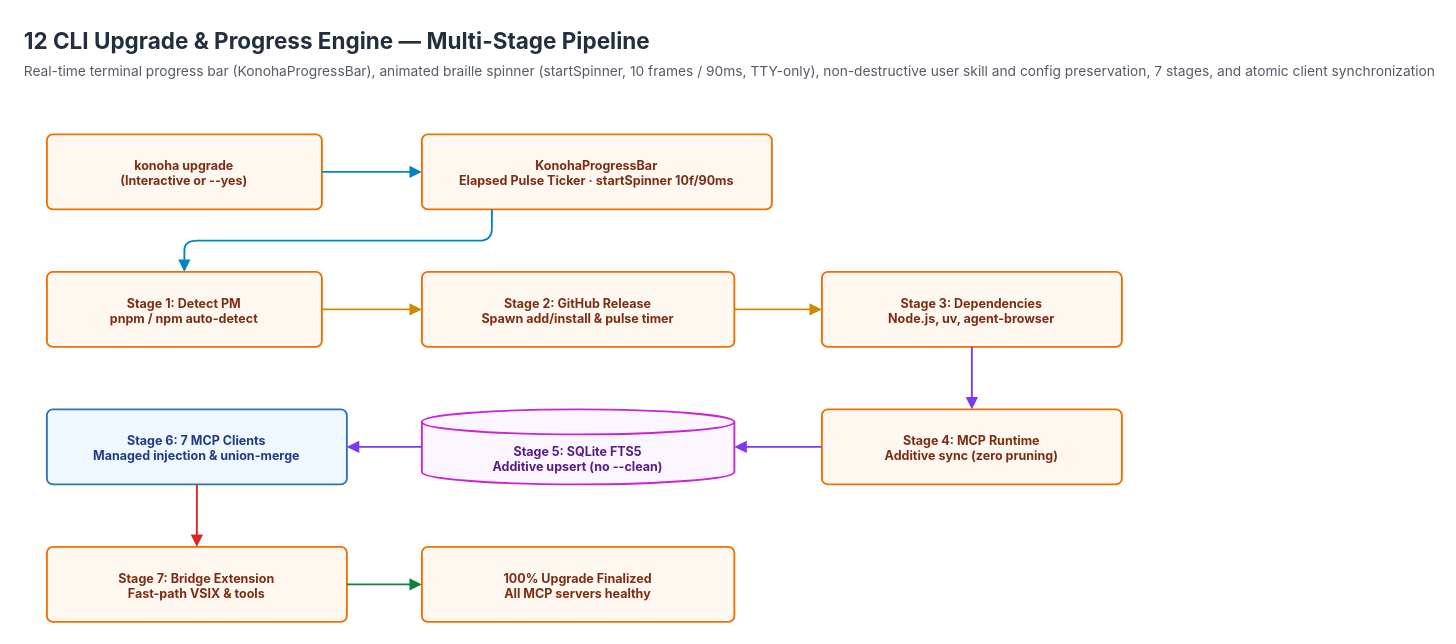
This is page "12 CLI Upgrade & Progress Engine" (12 of 18) of docs/diagrams/konoha-infrastructure-architecture.drawio from andycungkrinx91/konoha, a draw.io file, before an edit. Source tidied: cells renumbered, new cells numbered last; positions are measured from the earlier drawing's top-left corner, leaving out a move shared by most shapes. Both pictures are drawn from the tidied source at 125%, with x=0, y=0 at pixel (21, 21).
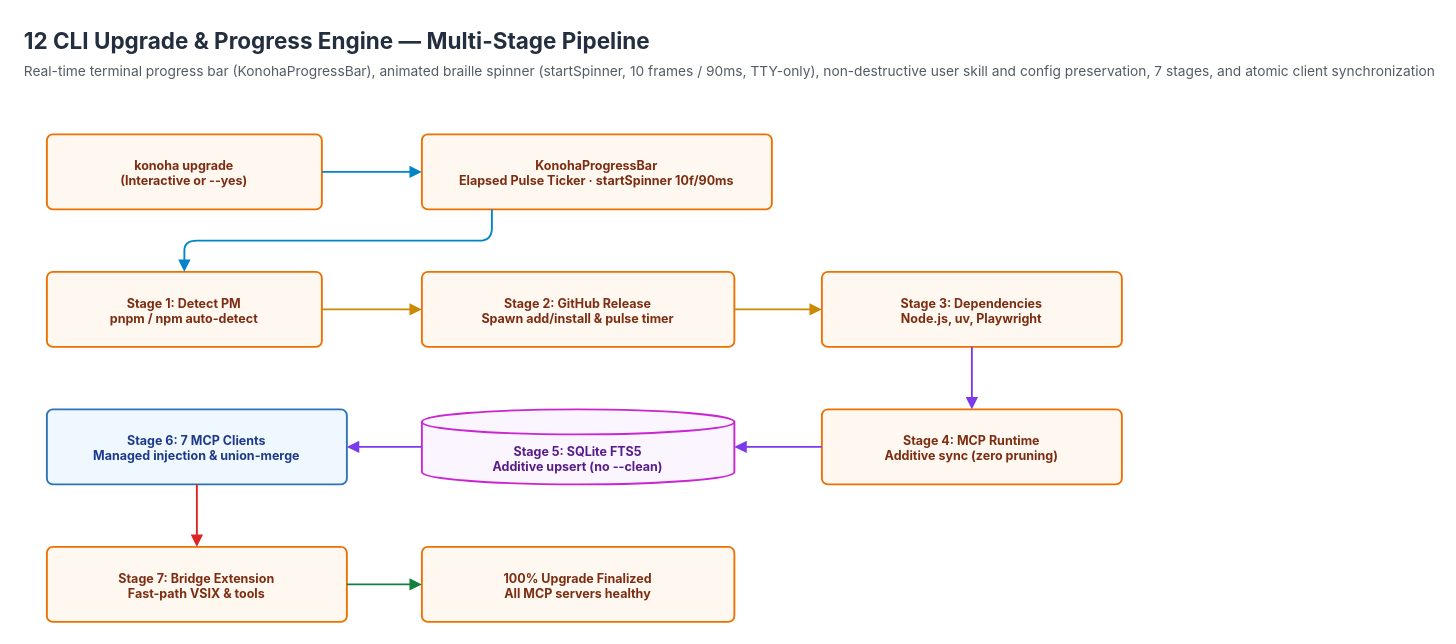
Above is the later version.

What changed in the source:
```diff
@@
-    <mxCell id="8" value="Stage 3: Dependencies&#10;Node.js, uv, agent-browser" style="rounded=1;arcSize=8;html=1;whiteSpace=wrap;fillColor=#FFF8F1;strokeColor=#ED7100;strokeWidth=1.5;fontFamily=Inter, system-ui, -apple-system;fontSize=10;fontColor=#7C2D12;fontStyle=1;shadow=0;agent=anbu;" parent="1" vertex="1">
+    <mxCell id="8" value="Stage 3: Dependencies&#10;Node.js, uv, Playwright" style="rounded=1;arcSize=8;html=1;whiteSpace=wrap;fillColor=#FFF8F1;strokeColor=#ED7100;strokeWidth=1.5;fontFamily=Inter, system-ui, -apple-system;fontSize=10;fontColor=#7C2D12;fontStyle=1;shadow=0;agent=anbu;" parent="1" vertex="1">
       <mxGeometry x="640" y="200" width="240" height="60" as="geometry" />
     </mxCell>
```
